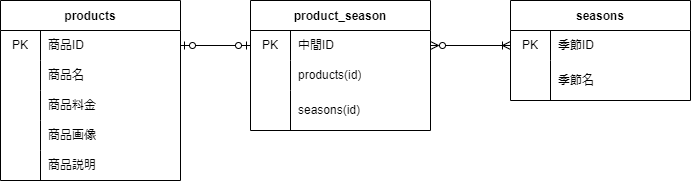
Above: index.drawio.png in ssk-akn/check-test2 (draw.io), before the change. Source tidied: cells renumbered, new cells last; positions are measured from the earlier drawing's top-left corner, leaving out a move shared by most shapes.
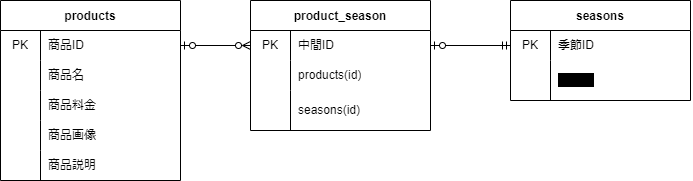
The same file after the commit.

The edit, as a diff of the source:
```diff
@@ -80,12 +80,12 @@
     <mxCell id="27" value="seasons(id)" style="shape=partialRectangle;html=1;whiteSpace=wrap;fillColor=none;top=0;left=0;bottom=0;right=0;align=left;spacingLeft=6;overflow=hidden;rounded=1;sketch=0;strokeColor=default;rotation=0;" parent="25" vertex="1">
       <mxGeometry x="40" width="140" height="40" as="geometry" />
     </mxCell>
-    <mxCell id="28" style="edgeStyle=none;html=1;exitX=1;exitY=0.5;exitDx=0;exitDy=0;entryX=0;entryY=0.5;entryDx=0;entryDy=0;endArrow=ERoneToMany;endFill=0;startArrow=ERzeroToMany;startFill=0;" parent="1" edge="1" source="19">
+    <mxCell id="28" style="edgeStyle=none;html=1;exitX=1;exitY=0.5;exitDx=0;exitDy=0;entryX=0;entryY=0.5;entryDx=0;entryDy=0;endArrow=ERmandOne;endFill=0;startArrow=ERzeroToOne;startFill=0;" parent="1" edge="1" source="19">
       <mxGeometry relative="1" as="geometry">
         <mxPoint x="510" y="45" as="targetPoint" />
       </mxGeometry>
     </mxCell>
-    <mxCell id="29" style="edgeStyle=none;html=1;exitX=0;exitY=0.5;exitDx=0;exitDy=0;entryX=1;entryY=0.5;entryDx=0;entryDy=0;startArrow=ERzeroToOne;startFill=0;endArrow=ERzeroToOne;endFill=0;" parent="1" edge="1" source="19" target="3">
+    <mxCell id="29" style="edgeStyle=none;html=1;exitX=0;exitY=0.5;exitDx=0;exitDy=0;entryX=1;entryY=0.5;entryDx=0;entryDy=0;startArrow=ERzeroToMany;startFill=0;endArrow=ERzeroToOne;endFill=0;" parent="1" edge="1" source="19" target="3">
       <mxGeometry relative="1" as="geometry" />
     </mxCell>
     <mxCell id="30" value="seasons" style="shape=table;startSize=30;rowLines=0;fontStyle=1;rounded=0;shadow=0;sketch=0;strokeColor=default;" parent="1" vertex="1">
@@ -106,7 +106,7 @@
     <mxCell id="35" style="shape=partialRectangle;html=1;whiteSpace=wrap;fillColor=none;top=0;left=0;bottom=0;right=0;overflow=hidden;rounded=0;shadow=0;sketch=0;strokeColor=default;" parent="34" vertex="1">
       <mxGeometry width="40" height="40" as="geometry" />
     </mxCell>
-    <mxCell id="36" value="季節名" style="shape=partialRectangle;html=1;whiteSpace=wrap;fillColor=none;top=0;left=0;bottom=0;right=0;align=left;spacingLeft=6;overflow=hidden;rounded=0;shadow=1;sketch=0;strokeColor=default;" parent="34" vertex="1">
+    <mxCell id="36" value="&lt;span style=&quot;background-color: rgb(0, 0, 0);&quot;&gt;季節名&lt;/span&gt;" style="shape=partialRectangle;html=1;whiteSpace=wrap;fillColor=none;top=0;left=0;bottom=0;right=0;align=left;spacingLeft=6;overflow=hidden;rounded=0;shadow=1;sketch=0;strokeColor=#000000;" parent="34" vertex="1">
       <mxGeometry x="40" width="140" height="40" as="geometry" />
     </mxCell>
   </root>
```
